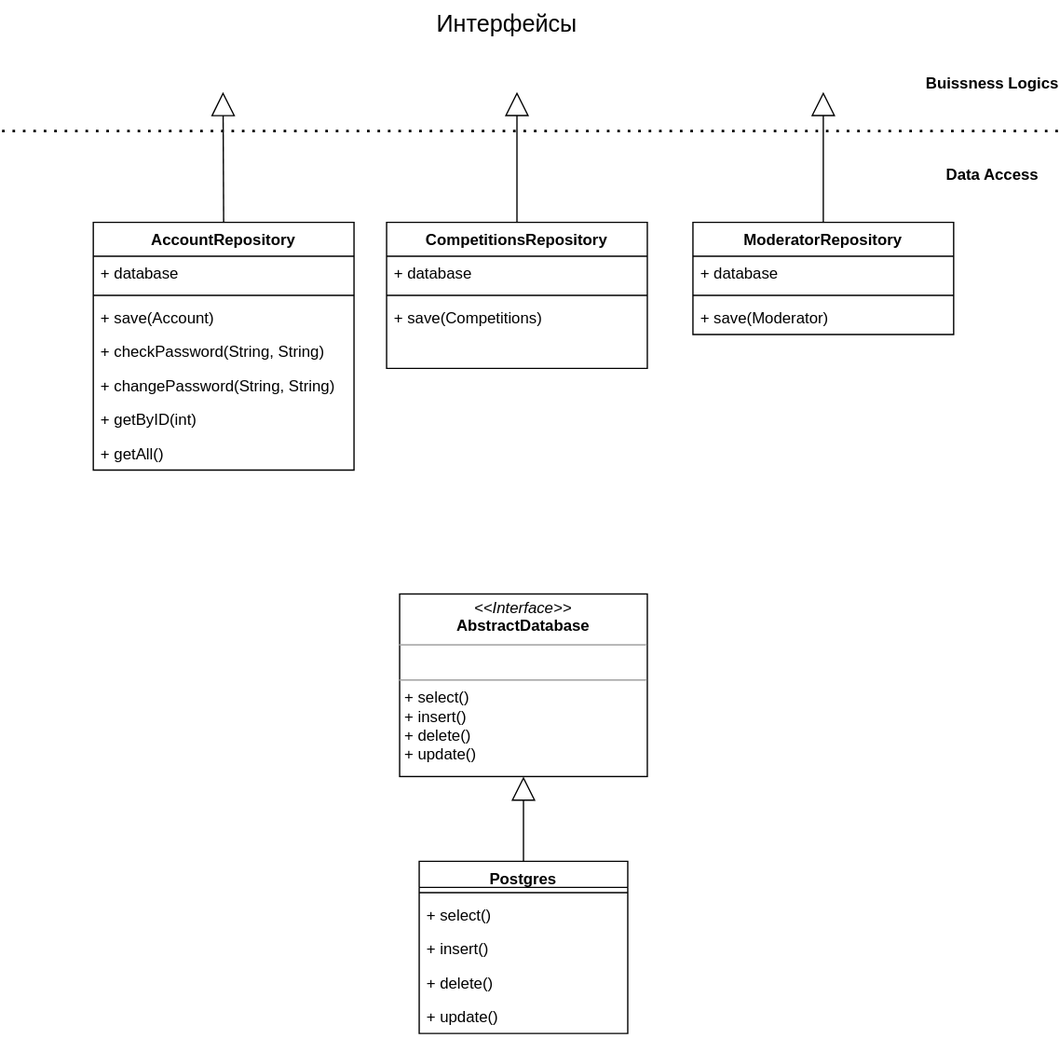
The draw.io diagram docs/assets/dataAccess.svg in ArdentK/bmstu-6sem-ppo, before a commit. Source tidied: cells renumbered, new cells last; positions are measured from the earlier drawing's top-left corner, leaving out a move shared by most shapes.
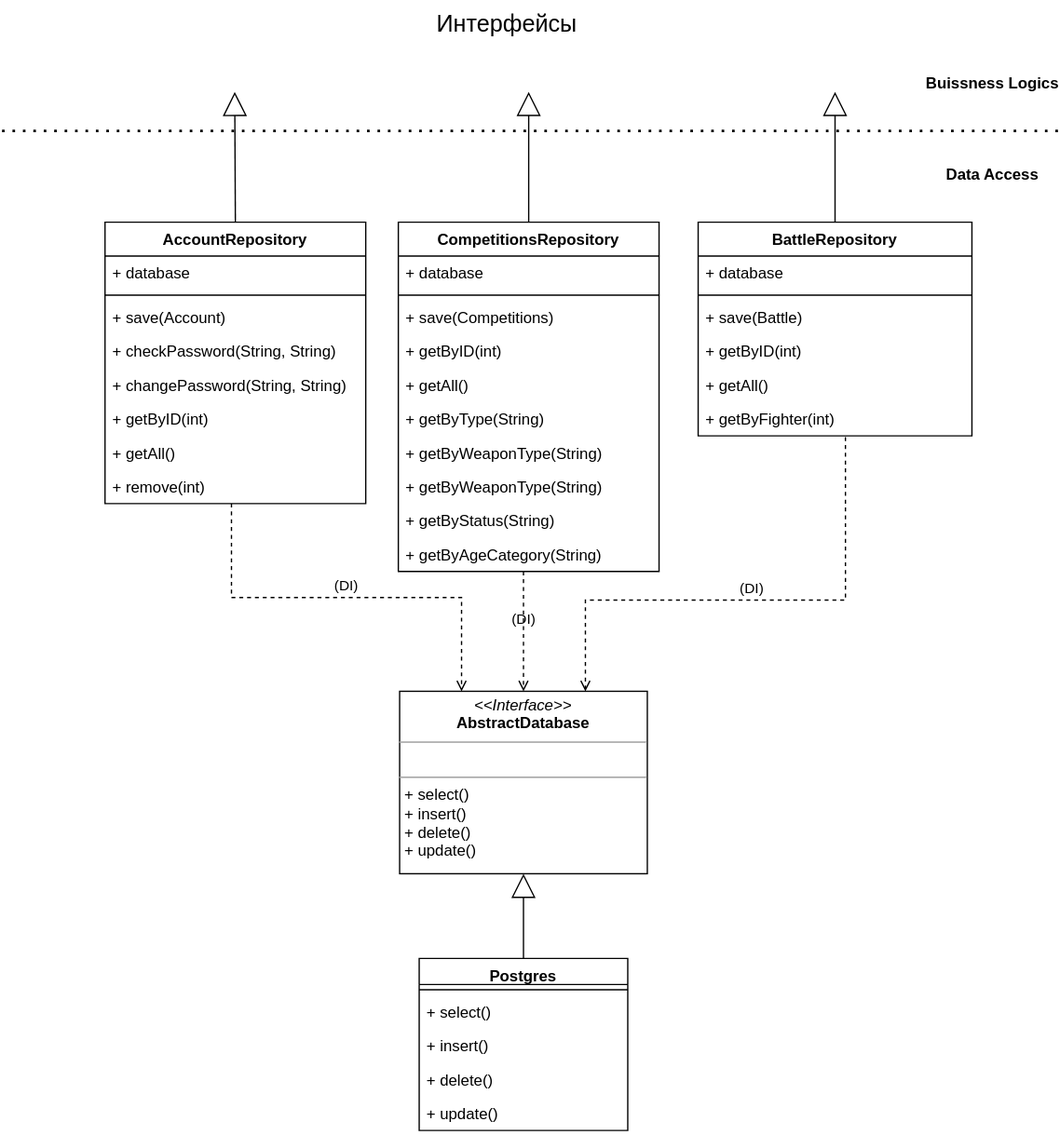
The same diagram one commit later.

The edit, as a diff of the source:
```diff
@@ -3,7 +3,7 @@
     <mxCell id="0" />
     <mxCell id="1" parent="0" />
     <mxCell id="2" value="Postgres" style="swimlane;fontStyle=1;align=center;verticalAlign=top;horizontal=1;startSize=20;" parent="1" vertex="1">
-      <mxGeometry x="320" y="660" width="160" height="132" as="geometry" />
+      <mxGeometry x="320" y="735" width="160" height="132" as="geometry" />
     </mxCell>
     <mxCell id="3" style="line;strokeWidth=1;fillColor=none;align=left;verticalAlign=middle;spacingTop=-1;spacingLeft=3;spacingRight=3;labelPosition=right;" parent="2" vertex="1">
       <mxGeometry y="20" width="160" height="8" as="geometry" />
@@ -21,10 +21,10 @@
       <mxGeometry y="106" width="160" height="26" as="geometry" />
     </mxCell>
     <mxCell id="8" value="&lt;p style=&quot;margin:0px;margin-top:4px;text-align:center;&quot;&gt;&lt;i&gt;&amp;lt;&amp;lt;Interface&amp;gt;&amp;gt;&lt;/i&gt;&lt;br&gt;&lt;b&gt;AbstractDatabase&lt;/b&gt;&lt;/p&gt;&lt;hr size=&quot;1&quot;&gt;&lt;p style=&quot;margin:0px;margin-left:4px;&quot;&gt;&lt;br&gt;&lt;/p&gt;&lt;hr size=&quot;1&quot;&gt;&lt;p style=&quot;margin:0px;margin-left:4px;&quot;&gt;+ select()&lt;br&gt;&lt;/p&gt;&lt;p style=&quot;margin:0px;margin-left:4px;&quot;&gt;+ insert()&lt;/p&gt;&lt;p style=&quot;margin:0px;margin-left:4px;&quot;&gt;+ delete()&lt;/p&gt;&lt;p style=&quot;margin:0px;margin-left:4px;&quot;&gt;+ update()&lt;/p&gt;" style="verticalAlign=top;align=left;overflow=fill;fontSize=12;fontFamily=Helvetica;html=1;" parent="1" vertex="1">
-      <mxGeometry x="305" y="455" width="190" height="140" as="geometry" />
+      <mxGeometry x="305" y="530" width="190" height="140" as="geometry" />
     </mxCell>
     <mxCell id="9" value="AccountRepository" style="swimlane;fontStyle=1;align=center;verticalAlign=top;horizontal=1;startSize=26;" parent="1" vertex="1">
-      <mxGeometry x="70" y="170" width="200" height="190" as="geometry" />
+      <mxGeometry x="79" y="170" width="200" height="216" as="geometry" />
     </mxCell>
     <mxCell id="10" value="+ database" style="text;strokeColor=none;fillColor=none;align=left;verticalAlign=top;spacingLeft=4;spacingRight=4;overflow=hidden;" parent="9" vertex="1">
       <mxGeometry y="26" width="200" height="26" as="geometry" />
@@ -47,8 +47,11 @@
     <mxCell id="16" value="+ getAll()" style="text;strokeColor=none;fillColor=none;align=left;verticalAlign=top;spacingLeft=4;spacingRight=4;overflow=hidden;" parent="9" vertex="1">
       <mxGeometry y="164" width="200" height="26" as="geometry" />
     </mxCell>
+    <mxCell id="34" value="+ remove(int)" style="text;strokeColor=none;fillColor=none;align=left;verticalAlign=top;spacingLeft=4;spacingRight=4;overflow=hidden;points=[[0,0.5],[1,0.5]];portConstraint=eastwest;" parent="9" vertex="1">
+      <mxGeometry y="190" width="200" height="26" as="geometry" />
+    </mxCell>
     <mxCell id="17" value="CompetitionsRepository" style="swimlane;fontStyle=1;align=center;verticalAlign=top;horizontal=1;startSize=26;" parent="1" vertex="1">
-      <mxGeometry x="295" y="170" width="200" height="112" as="geometry" />
+      <mxGeometry x="304" y="170" width="200" height="268" as="geometry" />
     </mxCell>
     <mxCell id="18" value="+ database" style="text;strokeColor=none;fillColor=none;align=left;verticalAlign=top;spacingLeft=4;spacingRight=4;overflow=hidden;" parent="17" vertex="1">
       <mxGeometry y="26" width="200" height="26" as="geometry" />
@@ -59,21 +62,48 @@
     <mxCell id="20" value="+ save(Competitions)" style="text;strokeColor=none;fillColor=none;align=left;verticalAlign=top;spacingLeft=4;spacingRight=4;overflow=hidden;" parent="17" vertex="1">
       <mxGeometry y="60" width="200" height="26" as="geometry" />
     </mxCell>
-    <mxCell id="21" style="text;strokeColor=none;fillColor=none;align=left;verticalAlign=top;spacingLeft=4;spacingRight=4;overflow=hidden;" parent="17" vertex="1">
+    <mxCell id="21" value="+ getByID(int)" style="text;strokeColor=none;fillColor=none;align=left;verticalAlign=top;spacingLeft=4;spacingRight=4;overflow=hidden;" parent="17" vertex="1">
       <mxGeometry y="86" width="200" height="26" as="geometry" />
     </mxCell>
+    <mxCell id="35" value="+ getAll()" style="text;strokeColor=none;fillColor=none;align=left;verticalAlign=top;spacingLeft=4;spacingRight=4;overflow=hidden;" parent="17" vertex="1">
+      <mxGeometry y="112" width="200" height="26" as="geometry" />
+    </mxCell>
+    <mxCell id="36" value="+ getByType(String)" style="text;strokeColor=none;fillColor=none;align=left;verticalAlign=top;spacingLeft=4;spacingRight=4;overflow=hidden;" parent="17" vertex="1">
+      <mxGeometry y="138" width="200" height="26" as="geometry" />
+    </mxCell>
+    <mxCell id="37" value="+ getByWeaponType(String)" style="text;strokeColor=none;fillColor=none;align=left;verticalAlign=top;spacingLeft=4;spacingRight=4;overflow=hidden;" parent="17" vertex="1">
+      <mxGeometry y="164" width="200" height="26" as="geometry" />
+    </mxCell>
+    <mxCell id="38" value="+ getByWeaponType(String)" style="text;strokeColor=none;fillColor=none;align=left;verticalAlign=top;spacingLeft=4;spacingRight=4;overflow=hidden;" parent="17" vertex="1">
+      <mxGeometry y="190" width="200" height="26" as="geometry" />
+    </mxCell>
+    <mxCell id="39" value="+ getByStatus(String)" style="text;strokeColor=none;fillColor=none;align=left;verticalAlign=top;spacingLeft=4;spacingRight=4;overflow=hidden;" parent="17" vertex="1">
+      <mxGeometry y="216" width="200" height="26" as="geometry" />
+    </mxCell>
+    <mxCell id="40" value="+ getByAgeCategory(String)" style="text;strokeColor=none;fillColor=none;align=left;verticalAlign=top;spacingLeft=4;spacingRight=4;overflow=hidden;points=[[0,0.5],[1,0.5]];portConstraint=eastwest;" parent="17" vertex="1">
+      <mxGeometry y="242" width="200" height="26" as="geometry" />
+    </mxCell>
-    <mxCell id="22" value="ModeratorRepository" style="swimlane;fontStyle=1;align=center;verticalAlign=top;horizontal=1;startSize=26;" parent="1" vertex="1">
-      <mxGeometry x="530" y="170" width="200" height="86" as="geometry" />
+    <mxCell id="22" value="BattleRepository" style="swimlane;fontStyle=1;align=center;verticalAlign=top;horizontal=1;startSize=26;" parent="1" vertex="1">
+      <mxGeometry x="534" y="170" width="210" height="164" as="geometry" />
     </mxCell>
     <mxCell id="23" value="+ database" style="text;strokeColor=none;fillColor=none;align=left;verticalAlign=top;spacingLeft=4;spacingRight=4;overflow=hidden;" parent="22" vertex="1">
-      <mxGeometry y="26" width="200" height="26" as="geometry" />
+      <mxGeometry y="26" width="210" height="26" as="geometry" />
     </mxCell>
     <mxCell id="24" style="line;strokeWidth=1;fillColor=none;align=left;verticalAlign=middle;spacingTop=-1;spacingLeft=3;spacingRight=3;labelPosition=right;" parent="22" vertex="1">
-      <mxGeometry y="52" width="200" height="8" as="geometry" />
+      <mxGeometry y="52" width="210" height="8" as="geometry" />
     </mxCell>
-    <mxCell id="25" value="+ save(Moderator)" style="text;strokeColor=none;fillColor=none;align=left;verticalAlign=top;spacingLeft=4;spacingRight=4;overflow=hidden;" parent="22" vertex="1">
-      <mxGeometry y="60" width="200" height="26" as="geometry" />
+    <mxCell id="25" value="+ save(Battle)" style="text;strokeColor=none;fillColor=none;align=left;verticalAlign=top;spacingLeft=4;spacingRight=4;overflow=hidden;" parent="22" vertex="1">
+      <mxGeometry y="60" width="210" height="26" as="geometry" />
     </mxCell>
+    <mxCell id="41" value="+ getByID(int)" style="text;strokeColor=none;fillColor=none;align=left;verticalAlign=top;spacingLeft=4;spacingRight=4;overflow=hidden;" parent="22" vertex="1">
+      <mxGeometry y="86" width="210" height="26" as="geometry" />
+    </mxCell>
+    <mxCell id="42" value="+ getAll()" style="text;strokeColor=none;fillColor=none;align=left;verticalAlign=top;spacingLeft=4;spacingRight=4;overflow=hidden;" parent="22" vertex="1">
+      <mxGeometry y="112" width="210" height="26" as="geometry" />
+    </mxCell>
+    <mxCell id="43" value="+ getByFighter(int)" style="text;strokeColor=none;fillColor=none;align=left;verticalAlign=top;spacingLeft=4;spacingRight=4;overflow=hidden;points=[[0,0.5],[1,0.5]];portConstraint=eastwest;" parent="22" vertex="1">
+      <mxGeometry y="138" width="210" height="26" as="geometry" />
+    </mxCell>
     <mxCell id="26" style="endArrow=none;dashed=1;html=1;dashPattern=1 3;strokeWidth=2;rounded=0;" parent="1" edge="1">
       <mxGeometry relative="1" as="geometry">
         <mxPoint y="100" as="sourcePoint" />
@@ -82,7 +112,7 @@
     </mxCell>
     <mxCell id="27" style="endArrow=block;endSize=16;endFill=0;html=1;rounded=0;exitX=0.5;exitY=0;exitDx=0;exitDy=0;" parent="1" edge="1" source="17">
       <mxGeometry relative="1" as="geometry">
-        <mxPoint x="395" y="70" as="targetPoint" />
+        <mxPoint x="404" y="70" as="targetPoint" />
       </mxGeometry>
     </mxCell>
     <mxCell id="28" style="endArrow=block;endSize=16;endFill=0;html=1;rounded=0;exitX=0.5;exitY=0;exitDx=0;exitDy=0;entryX=0.5;entryY=1;entryDx=0;entryDy=0;" parent="1" edge="1" source="2" target="8">
@@ -90,13 +120,13 @@
     </mxCell>
     <mxCell id="29" style="endArrow=block;endSize=16;endFill=0;html=1;rounded=0;" parent="1" edge="1">
       <mxGeometry relative="1" as="geometry">
-        <mxPoint x="170" y="170" as="sourcePoint" />
-        <mxPoint x="169.5" y="70" as="targetPoint" />
+        <mxPoint x="179" y="170" as="sourcePoint" />
+        <mxPoint x="178.5" y="70" as="targetPoint" />
       </mxGeometry>
     </mxCell>
     <mxCell id="30" style="endArrow=block;endSize=16;endFill=0;html=1;rounded=0;exitX=0.5;exitY=0;exitDx=0;exitDy=0;" parent="1" edge="1" source="22">
       <mxGeometry relative="1" as="geometry">
-        <mxPoint x="630" y="70" as="targetPoint" />
+        <mxPoint x="639" y="70" as="targetPoint" />
       </mxGeometry>
     </mxCell>
     <mxCell id="31" value="Интерфейсы" style="text;strokeColor=none;fillColor=none;align=center;verticalAlign=top;spacingLeft=4;spacingRight=4;overflow=hidden;fontSize=18;" parent="1" vertex="1">
@@ -108,5 +138,19 @@
     <mxCell id="33" value="Data Access" style="text;align=center;fontStyle=1;verticalAlign=middle;spacingLeft=3;spacingRight=3;strokeColor=none;fontSize=12;" parent="1" vertex="1">
       <mxGeometry x="720" y="120" width="80" height="26" as="geometry" />
     </mxCell>
+    <mxCell id="44" value="(DI)" style="html=1;verticalAlign=bottom;labelBackgroundColor=none;endArrow=open;endFill=0;dashed=1;rounded=0;exitX=0.485;exitY=1;exitDx=0;exitDy=0;exitPerimeter=0;entryX=0.25;entryY=0;entryDx=0;entryDy=0;edgeStyle=orthogonalEdgeStyle;" parent="1" edge="1" source="34" target="8">
+      <mxGeometry relative="1" as="geometry" />
+    </mxCell>
+    <mxCell id="45" value="(DI)" style="html=1;verticalAlign=bottom;labelBackgroundColor=none;endArrow=open;endFill=0;dashed=1;rounded=0;exitX=0.48;exitY=1;exitDx=0;exitDy=0;exitPerimeter=0;entryX=0.5;entryY=0;entryDx=0;entryDy=0;edgeStyle=orthogonalEdgeStyle;" parent="1" edge="1" source="40" target="8">
+      <mxGeometry relative="1" as="geometry" />
+    </mxCell>
+    <mxCell id="46" value="(DI)" style="html=1;verticalAlign=bottom;labelBackgroundColor=none;endArrow=open;endFill=0;dashed=1;rounded=0;exitX=0.538;exitY=1.038;exitDx=0;exitDy=0;exitPerimeter=0;entryX=0.75;entryY=0;entryDx=0;entryDy=0;edgeStyle=orthogonalEdgeStyle;" parent="1" edge="1" source="43" target="8">
+      <mxGeometry relative="1" as="geometry">
+        <Array as="points">
+          <mxPoint x="647" y="460" />
+          <mxPoint x="448" y="460" />
+        </Array>
+      </mxGeometry>
+    </mxCell>
   </root>
 </mxGraphModel>
```
